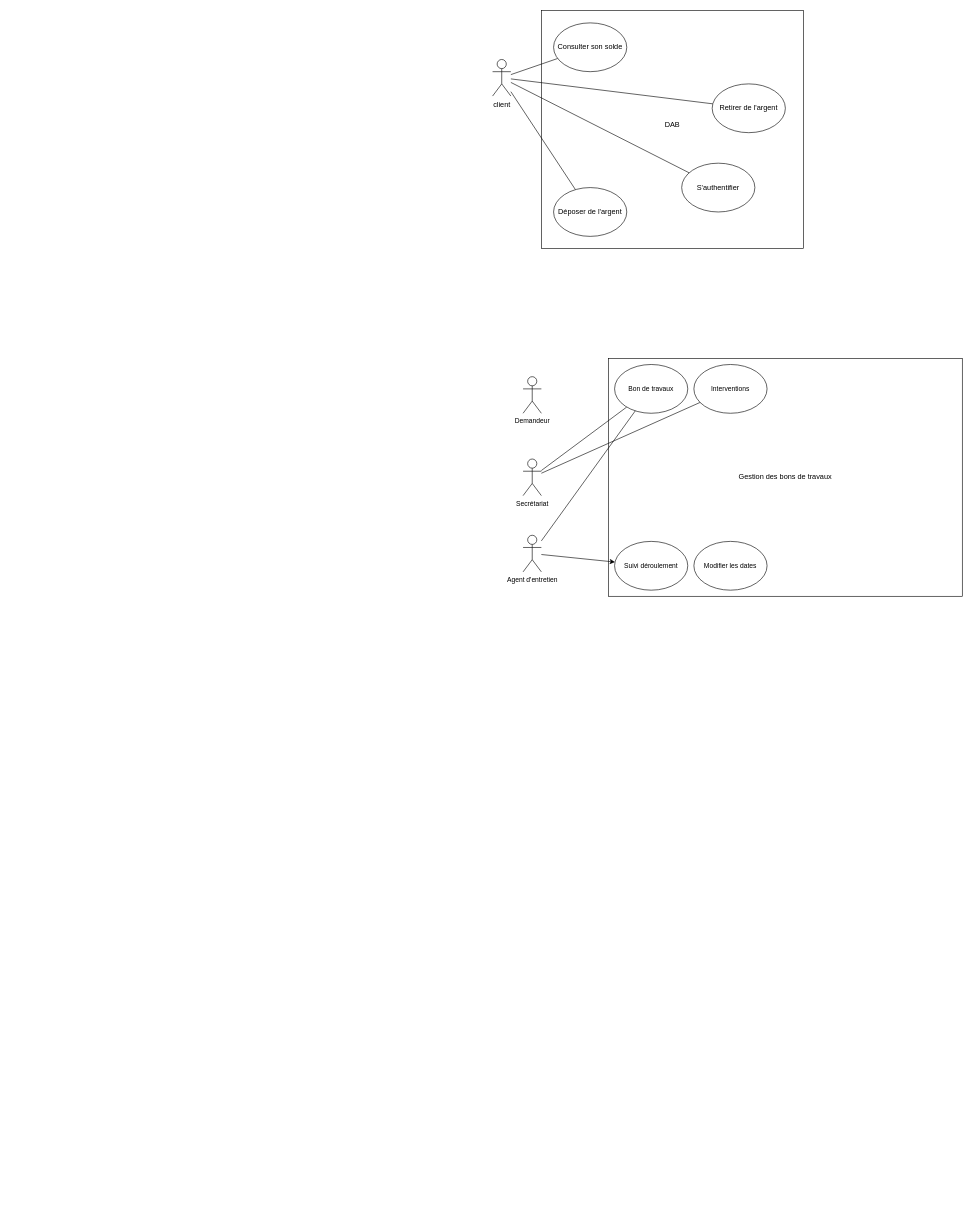
Before: TD1.drawio in LucasOtw/LucasOtw, a draw.io diagram. Source tidied: cells renumbered, new cells numbered last; positions are measured from the earlier drawing's top-left corner, leaving out a move shared by most shapes. Both pictures are drawn from the tidied source at 61%, with x=0, y=0 at pixel (492, 10).
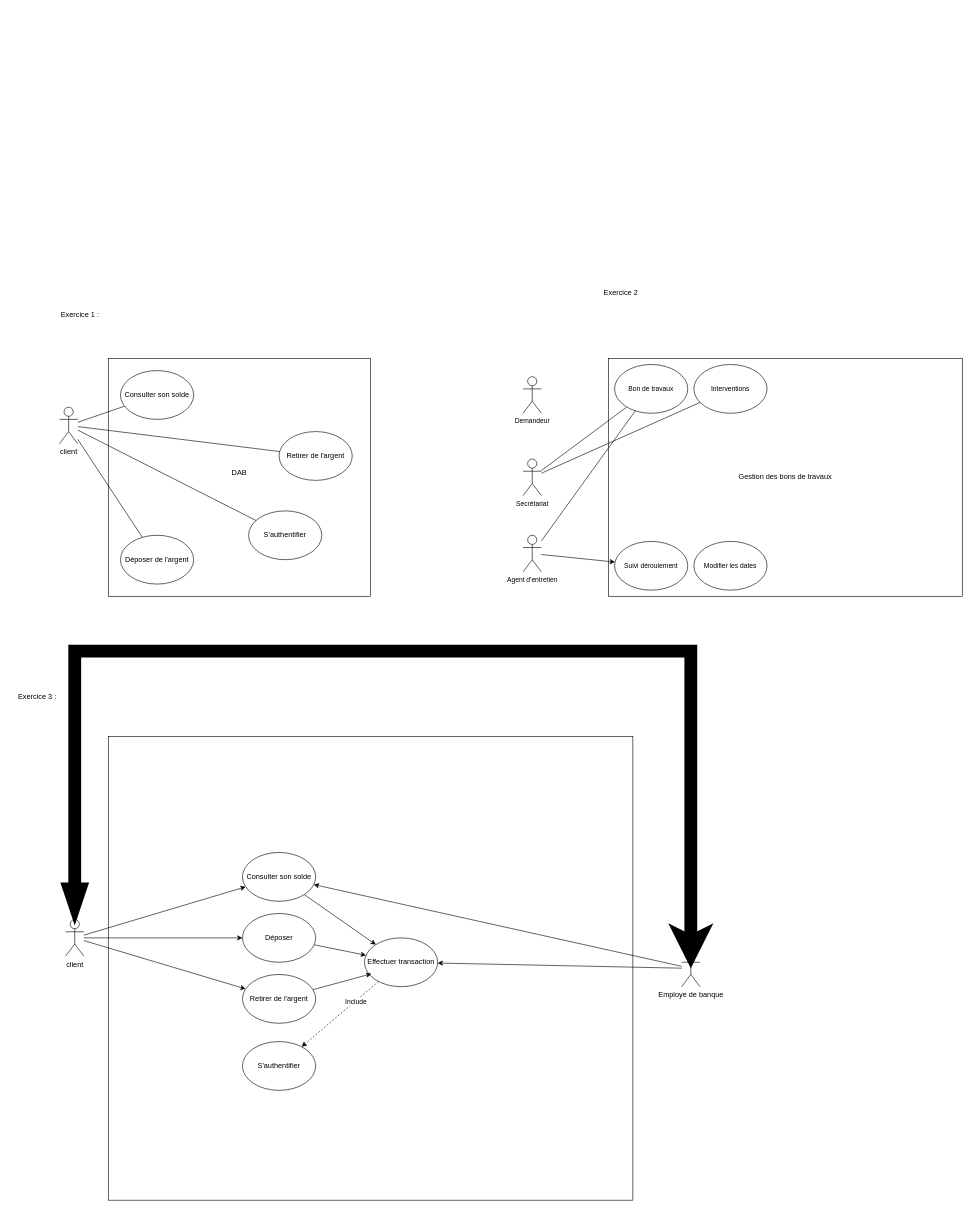
The same page after the edit.

Commit message (it also covers changes not shown here):
Mettre à jour TD1.drawio

What changed in the source:
```diff
@@
     <mxCell id="6" value="client" style="shape=umlActor;verticalLabelPosition=bottom;verticalAlign=top;html=1;outlineConnect=0;" parent="1" vertex="1">
-      <mxGeometry y="80" width="30" height="60" as="geometry" />
+      <mxGeometry x="-710" y="650" width="30" height="60" as="geometry" />
     </mxCell>
     <mxCell id="7" value="DAB&lt;div&gt;&lt;br&gt;&lt;/div&gt;" style="rounded=0;whiteSpace=wrap;html=1;fillColor=none;" parent="1" vertex="1">
-      <mxGeometry x="80" width="430" height="390" as="geometry" />
+      <mxGeometry x="-630" y="570" width="430" height="390" as="geometry" />
     </mxCell>
     <mxCell id="8" value="Retirer de l'argent" style="ellipse;whiteSpace=wrap;html=1;" parent="1" vertex="1">
-      <mxGeometry x="360" y="120" width="120" height="80" as="geometry" />
+      <mxGeometry x="-350" y="690" width="120" height="80" as="geometry" />
     </mxCell>
     <mxCell id="9" value="Consulter son solde" style="ellipse;whiteSpace=wrap;html=1;" parent="1" vertex="1">
-      <mxGeometry x="100" y="20" width="120" height="80" as="geometry" />
+      <mxGeometry x="-610" y="590" width="120" height="80" as="geometry" />
     </mxCell>
     <mxCell id="10" value="Déposer de l'argent" style="ellipse;whiteSpace=wrap;html=1;" parent="1" vertex="1">
-      <mxGeometry x="100" y="290" width="120" height="80" as="geometry" />
+      <mxGeometry x="-610" y="860" width="120" height="80" as="geometry" />
     </mxCell>
@@
     <mxCell id="15" value="S'authentifier" style="ellipse;whiteSpace=wrap;html=1;" parent="1" vertex="1">
-      <mxGeometry x="310" y="250" width="120" height="80" as="geometry" />
+      <mxGeometry x="-400" y="820" width="120" height="80" as="geometry" />
     </mxCell>
@@
+    <mxCell id="24" value="Exercice 1 :&amp;nbsp;" style="text;html=1;align=center;verticalAlign=middle;strokeColor=none;fillColor=none;" parent="1" vertex="1">
+      <mxGeometry x="-720" y="483" width="90" height="30" as="geometry" />
+    </mxCell>
+    <mxCell id="25" value="Exercice 2" style="text;html=1;align=center;verticalAlign=middle;strokeColor=none;fillColor=none;" parent="1" vertex="1">
+      <mxGeometry x="170" y="448" width="80" height="30" as="geometry" />
+    </mxCell>
+    <mxCell id="26" value="Exercice 3 :&amp;nbsp;" style="text;html=1;align=center;verticalAlign=middle;strokeColor=none;fillColor=none;" parent="1" vertex="1">
+      <mxGeometry x="-790" y="1110" width="90" height="30" as="geometry" />
+    </mxCell>
+    <mxCell id="27" style="rounded=0;whiteSpace=wrap;html=1;fillColor=none;" parent="1" vertex="1">
+      <mxGeometry x="-630" y="1190" width="860" height="760" as="geometry" />
+    </mxCell>
+    <mxCell id="28" style="rounded=0;jettySize=auto;html=1;" parent="1" edge="1" source="31" target="33">
+      <mxGeometry relative="1" as="geometry" />
+    </mxCell>
+    <mxCell id="29" style="edgeStyle=orthogonalEdgeStyle;rounded=0;jettySize=auto;html=1;" parent="1" edge="1" source="31" target="36">
+      <mxGeometry relative="1" as="geometry" />
+    </mxCell>
+    <mxCell id="30" style="rounded=0;jettySize=auto;html=1;" parent="1" edge="1" source="31" target="34">
+      <mxGeometry relative="1" as="geometry" />
+    </mxCell>
+    <mxCell id="31" value="client" style="shape=umlActor;verticalLabelPosition=bottom;verticalAlign=top;html=1;outlineConnect=0;" parent="1" vertex="1">
+      <mxGeometry x="-700" y="1490" width="30" height="60" as="geometry" />
+    </mxCell>
+    <mxCell id="32" style="rounded=0;jettySize=auto;html=1;" parent="1" edge="1" source="33" target="40">
+      <mxGeometry relative="1" as="geometry" />
+    </mxCell>
+    <mxCell id="33" value="Consulter son solde" style="ellipse;whiteSpace=wrap;html=1;" parent="1" vertex="1">
+      <mxGeometry x="-410" y="1380" width="120" height="80" as="geometry" />
+    </mxCell>
+    <mxCell id="34" value="Retirer de l'argent" style="ellipse;whiteSpace=wrap;html=1;" parent="1" vertex="1">
+      <mxGeometry x="-410" y="1580" width="120" height="80" as="geometry" />
+    </mxCell>
+    <mxCell id="35" style="rounded=0;jettySize=auto;html=1;" parent="1" edge="1" source="36" target="40">
+      <mxGeometry relative="1" as="geometry" />
+    </mxCell>
+    <mxCell id="36" value="Déposer" style="ellipse;whiteSpace=wrap;html=1;" parent="1" vertex="1">
+      <mxGeometry x="-410" y="1480" width="120" height="80" as="geometry" />
+    </mxCell>
+    <mxCell id="37" value="S'authentifier" style="ellipse;whiteSpace=wrap;html=1;" parent="1" vertex="1">
+      <mxGeometry x="-410" y="1690" width="120" height="80" as="geometry" />
+    </mxCell>
+    <mxCell id="38" style="rounded=0;jettySize=auto;html=1;dashed=1;" parent="1" edge="1" source="40" target="37">
+      <mxGeometry relative="1" as="geometry" />
+    </mxCell>
+    <mxCell id="39" value="Include" style="edgeLabel;html=1;align=center;verticalAlign=middle;" parent="38" vertex="1">
+      <mxGeometry x="-0.41" y="2" relative="1" as="geometry">
+        <mxPoint x="-1" as="offset" />
+      </mxGeometry>
+    </mxCell>
+    <mxCell id="40" value="Effectuer transaction" style="ellipse;whiteSpace=wrap;html=1;" parent="1" vertex="1">
+      <mxGeometry x="-210" y="1520" width="120" height="80" as="geometry" />
+    </mxCell>
+    <mxCell id="41" style="rounded=0;jettySize=auto;html=1;entryX=0.094;entryY=0.737;entryDx=0;entryDy=0;entryPerimeter=0;" parent="1" edge="1" source="34" target="40">
+      <mxGeometry relative="1" as="geometry" />
+    </mxCell>
+    <mxCell id="42" style="rounded=0;jettySize=auto;html=1;" parent="1" edge="1" source="44" target="40">
+      <mxGeometry relative="1" as="geometry" />
+    </mxCell>
+    <mxCell id="43" style="rounded=0;jettySize=auto;html=1;" parent="1" edge="1" source="44" target="33">
+      <mxGeometry relative="1" as="geometry" />
+    </mxCell>
+    <mxCell id="44" value="Employe de banque" style="shape=umlActor;verticalLabelPosition=bottom;verticalAlign=top;html=1;outlineConnect=0;" parent="1" vertex="1">
+      <mxGeometry x="310" y="1540" width="30" height="60" as="geometry" />
+    </mxCell>
+    <mxCell id="45" style="edgeStyle=elbowEdgeStyle;rounded=0;jettySize=auto;html=1;entryX=0.5;entryY=0.5;entryDx=0;entryDy=0;entryPerimeter=0;startArrow=blockThin;startFill=1;strokeWidth=21;elbow=vertical;" parent="1" edge="1" source="31" target="44">
+      <mxGeometry relative="1" as="geometry">
+        <Array as="points">
+          <mxPoint x="-180" y="1050" />
+        </Array>
+      </mxGeometry>
+    </mxCell>
```
